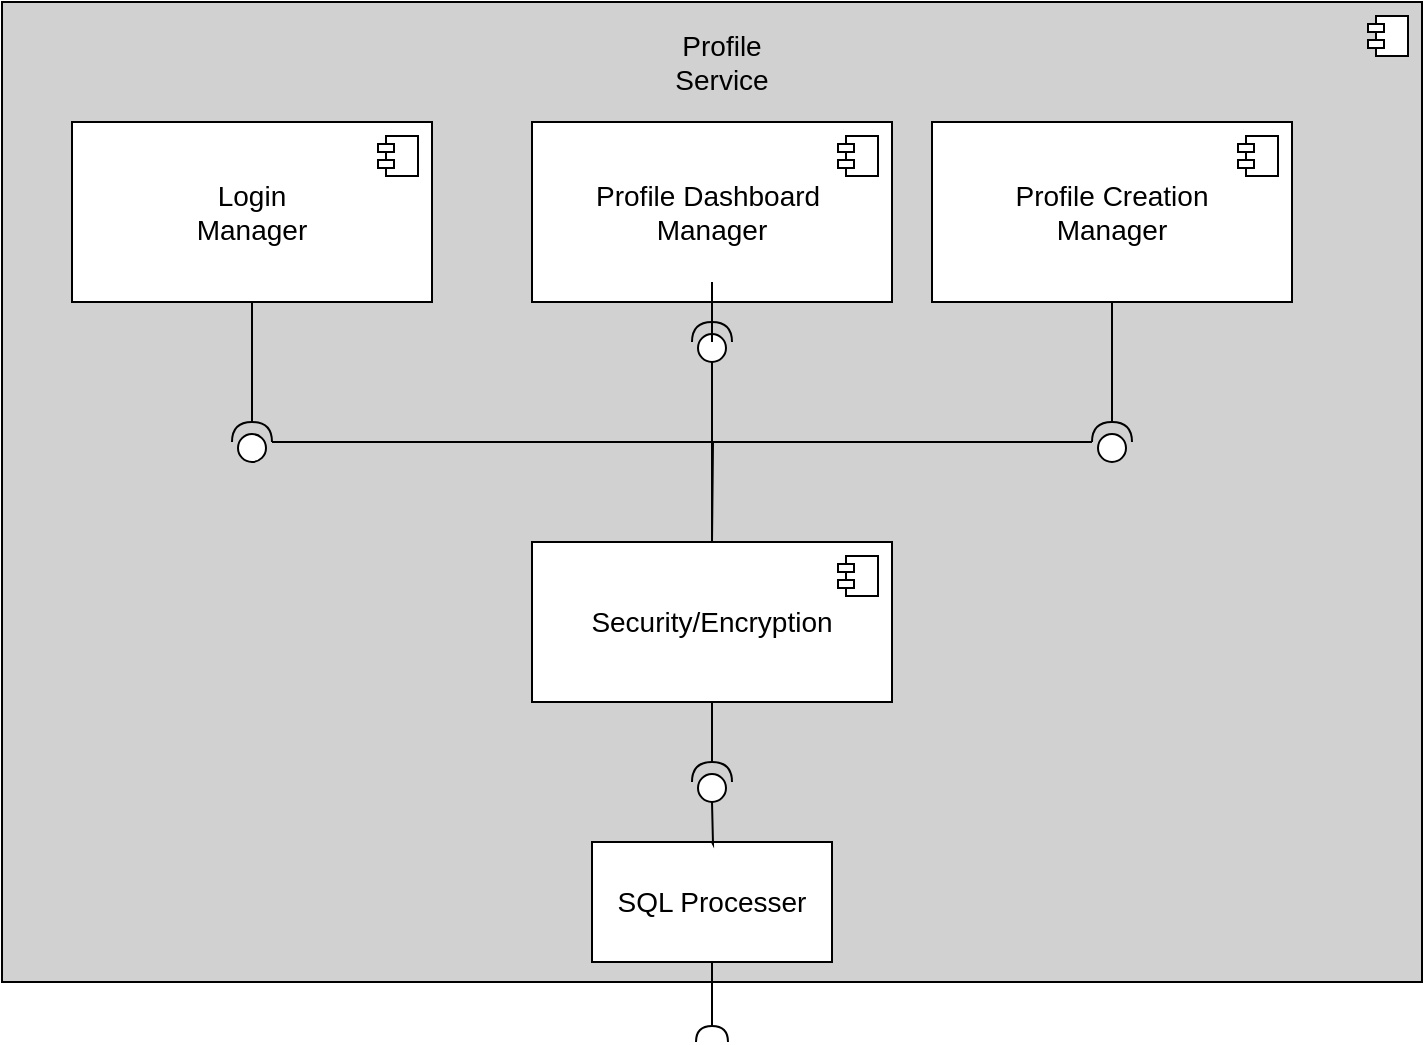
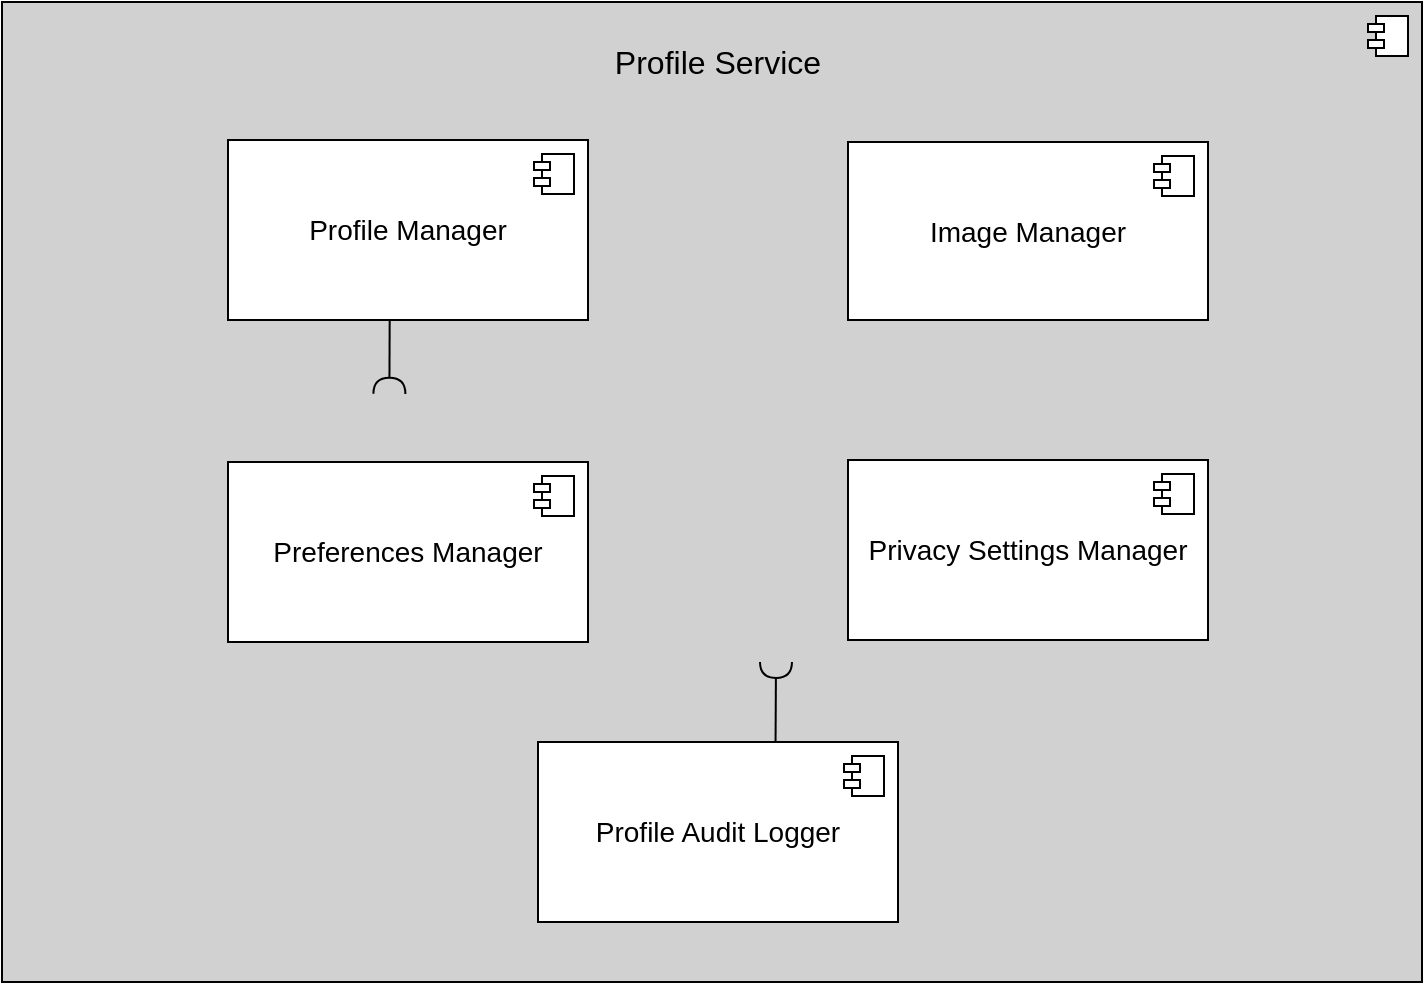
- <?xml version="1.0" encoding="UTF-8"?>
<mxfile host="app.diagrams.net">
  <diagram name="Page-1" id="Py3juHFD58z0cr8qg1av">
-     <mxGraphModel dx="1212" dy="620" grid="1" gridSize="10" guides="1" tooltips="1" connect="1" arrows="1" fold="1" page="1" pageScale="1" pageWidth="850" pageHeight="1100" background="#ffffff" math="0" shadow="0">
+     <mxGraphModel dx="1030" dy="623" grid="1" gridSize="10" guides="1" tooltips="1" connect="1" arrows="1" fold="1" page="1" pageScale="1" pageWidth="850" pageHeight="1100" background="#ffffff" math="0" shadow="0">
      <root>
        <mxCell id="0" />
        <mxCell id="1" parent="0" />
        <mxCell id="z4I_hjOBN-ivAa0aqsfb-10" parent="1" style="html=1;dropTarget=0;whiteSpace=wrap;fillColor=#D1D1D1;" value="" vertex="1">
          <mxGeometry height="490" width="710" x="75" y="20" as="geometry" />
        </mxCell>
        <mxCell id="z4I_hjOBN-ivAa0aqsfb-11" parent="z4I_hjOBN-ivAa0aqsfb-10" style="shape=module;jettyWidth=8;jettyHeight=4;" value="" vertex="1">
          <mxGeometry height="20" relative="1" width="20" x="1" as="geometry">
            <mxPoint x="-27" y="7" as="offset" />
          </mxGeometry>
        </mxCell>
-         <mxCell id="tTuNCI0Hu_eXMR3PhzNZ-1" parent="1" style="rounded=0;whiteSpace=wrap;html=1;" value="&lt;font style=&quot;font-size: 14px;&quot; face=&quot;Arial&quot;&gt;SQL Processer&lt;/font&gt;" vertex="1">
-           <mxGeometry height="60" width="120" x="370" y="440" as="geometry" />
-         </mxCell>
-         <mxCell id="tTuNCI0Hu_eXMR3PhzNZ-3" edge="1" parent="1" source="tTuNCI0Hu_eXMR3PhzNZ-1" style="rounded=0;orthogonalLoop=1;jettySize=auto;html=1;endArrow=halfCircle;endFill=0;endSize=6;strokeWidth=1;sketch=0;fontSize=12;curved=1;exitX=0.5;exitY=1;exitDx=0;exitDy=0;" value="">
-           <mxGeometry relative="1" as="geometry">
-             <mxPoint x="365" y="335" as="sourcePoint" />
-             <mxPoint x="430" y="540" as="targetPoint" />
-           </mxGeometry>
-         </mxCell>
        <mxCell id="tTuNCI0Hu_eXMR3PhzNZ-4" parent="1" style="ellipse;whiteSpace=wrap;html=1;align=center;aspect=fixed;fillColor=none;strokeColor=none;resizable=0;perimeter=centerPerimeter;rotatable=0;allowArrows=0;points=[];outlineConnect=1;" value="" vertex="1">
          <mxGeometry height="10" width="10" x="440" y="200" as="geometry" />
        </mxCell>
-         <mxCell id="AhYmS4d0D3Z7Zr6uvmVJ-4" parent="1" style="text;html=1;whiteSpace=wrap;strokeColor=none;fillColor=none;align=center;verticalAlign=middle;rounded=0;" value="&lt;font face=&quot;Arial&quot; style=&quot;font-size: 14px;&quot;&gt;Profile Service&lt;/font&gt;" vertex="1">
-           <mxGeometry height="40" width="90" x="390" y="30" as="geometry" />
+         <mxCell id="AhYmS4d0D3Z7Zr6uvmVJ-4" parent="1" style="text;html=1;whiteSpace=wrap;strokeColor=none;fillColor=none;align=center;verticalAlign=middle;rounded=0;fontSize=16;" value="&lt;font face=&quot;Arial&quot;&gt;Profile Service&lt;/font&gt;" vertex="1">
+           <mxGeometry height="40" width="130" x="368" y="30" as="geometry" />
        </mxCell>
-         <mxCell id="z4I_hjOBN-ivAa0aqsfb-2" parent="1" style="html=1;dropTarget=0;whiteSpace=wrap;" value="&lt;font face=&quot;Arial&quot; style=&quot;font-size: 14px;&quot;&gt;Login&lt;/font&gt;&lt;div&gt;&lt;font face=&quot;Arial&quot; style=&quot;font-size: 14px;&quot;&gt;Manager&lt;/font&gt;&lt;/div&gt;" vertex="1">
-           <mxGeometry height="90" width="180" x="110" y="80" as="geometry" />
+         <mxCell id="z4I_hjOBN-ivAa0aqsfb-2" parent="1" style="html=1;dropTarget=0;whiteSpace=wrap;" value="&lt;font face=&quot;Arial&quot;&gt;&lt;span style=&quot;font-size: 14px;&quot;&gt;Profile Manager&lt;/span&gt;&lt;/font&gt;" vertex="1">
+           <mxGeometry height="90" width="180" x="188" y="89" as="geometry" />
        </mxCell>
        <mxCell id="z4I_hjOBN-ivAa0aqsfb-3" parent="z4I_hjOBN-ivAa0aqsfb-2" style="shape=module;jettyWidth=8;jettyHeight=4;" value="" vertex="1">
          <mxGeometry height="20" relative="1" width="20" x="1" as="geometry">
            <mxPoint x="-27" y="7" as="offset" />
          </mxGeometry>
        </mxCell>
-         <mxCell id="z4I_hjOBN-ivAa0aqsfb-4" parent="1" style="html=1;dropTarget=0;whiteSpace=wrap;" value="&lt;div&gt;&lt;span style=&quot;font-family: Arial; background-color: transparent; color: light-dark(rgb(0, 0, 0), rgb(255, 255, 255));&quot;&gt;&lt;font style=&quot;font-size: 14px;&quot;&gt;Profile Dashboard&amp;nbsp;&lt;/font&gt;&lt;/span&gt;&lt;/div&gt;&lt;div&gt;&lt;span style=&quot;font-family: Arial; background-color: transparent; color: light-dark(rgb(0, 0, 0), rgb(255, 255, 255));&quot;&gt;&lt;font style=&quot;font-size: 14px;&quot;&gt;Manager&lt;/font&gt;&lt;/span&gt;&lt;/div&gt;" vertex="1">
-           <mxGeometry height="90" width="180" x="340" y="80" as="geometry" />
+         <mxCell id="z4I_hjOBN-ivAa0aqsfb-4" parent="1" style="html=1;dropTarget=0;whiteSpace=wrap;" value="&lt;div&gt;&lt;font face=&quot;Arial&quot;&gt;&lt;span style=&quot;font-size: 14px;&quot;&gt;Preferences Manager&lt;/span&gt;&lt;/font&gt;&lt;/div&gt;" vertex="1">
+           <mxGeometry height="90" width="180" x="188" y="250" as="geometry" />
        </mxCell>
        <mxCell id="z4I_hjOBN-ivAa0aqsfb-5" parent="z4I_hjOBN-ivAa0aqsfb-4" style="shape=module;jettyWidth=8;jettyHeight=4;" value="" vertex="1">
          <mxGeometry height="20" relative="1" width="20" x="1" as="geometry">
            <mxPoint x="-27" y="7" as="offset" />
          </mxGeometry>
        </mxCell>
-         <mxCell id="z4I_hjOBN-ivAa0aqsfb-6" parent="1" style="html=1;dropTarget=0;whiteSpace=wrap;" value="&lt;font style=&quot;font-size: 14px;&quot;&gt;Profile Creation&lt;/font&gt;&lt;div&gt;&lt;font style=&quot;font-size: 14px;&quot;&gt;Manager&lt;/font&gt;&lt;/div&gt;" vertex="1">
-           <mxGeometry height="90" width="180" x="540" y="80" as="geometry" />
+         <mxCell id="z4I_hjOBN-ivAa0aqsfb-6" parent="1" style="html=1;dropTarget=0;whiteSpace=wrap;" value="&lt;span style=&quot;font-size: 14px;&quot;&gt;Privacy Settings Manager&lt;/span&gt;" vertex="1">
+           <mxGeometry height="90" width="180" x="498" y="249" as="geometry" />
        </mxCell>
        <mxCell id="z4I_hjOBN-ivAa0aqsfb-7" parent="z4I_hjOBN-ivAa0aqsfb-6" style="shape=module;jettyWidth=8;jettyHeight=4;" value="" vertex="1">
          <mxGeometry height="20" relative="1" width="20" x="1" as="geometry">
            <mxPoint x="-27" y="7" as="offset" />
          </mxGeometry>
        </mxCell>
-         <mxCell id="z4I_hjOBN-ivAa0aqsfb-8" parent="1" style="html=1;dropTarget=0;whiteSpace=wrap;" value="&lt;font style=&quot;font-size: 14px;&quot; face=&quot;Arial&quot; data-font-src=&quot;https://fonts.googleapis.com/css?family=Arial&quot;&gt;Security/Encryption&lt;/font&gt;" vertex="1">
-           <mxGeometry height="80" width="180" x="340" y="290" as="geometry" />
+         <mxCell id="z4I_hjOBN-ivAa0aqsfb-8" parent="1" style="html=1;dropTarget=0;whiteSpace=wrap;" value="&lt;font style=&quot;font-size: 14px;&quot; face=&quot;Arial&quot; data-font-src=&quot;https://fonts.googleapis.com/css?family=Arial&quot;&gt;Image Manager&lt;/font&gt;" vertex="1">
+           <mxGeometry height="89" width="180" x="498" y="90" as="geometry" />
        </mxCell>
        <mxCell id="z4I_hjOBN-ivAa0aqsfb-9" parent="z4I_hjOBN-ivAa0aqsfb-8" style="shape=module;jettyWidth=8;jettyHeight=4;" value="" vertex="1">
          <mxGeometry height="20" relative="1" width="20" x="1" as="geometry">
            <mxPoint x="-27" y="7" as="offset" />
          </mxGeometry>
        </mxCell>
-         <mxCell id="z4I_hjOBN-ivAa0aqsfb-22" edge="1" parent="1" style="edgeStyle=orthogonalEdgeStyle;rounded=0;orthogonalLoop=1;jettySize=auto;html=1;endArrow=none;endFill=0;" target="tTuNCI0Hu_eXMR3PhzNZ-1" value="">
-           <mxGeometry relative="1" as="geometry">
-             <mxPoint x="430" y="420" as="sourcePoint" />
+         <mxCell id="FxNRL7uggNpci9tqDA-o-2" parent="1" style="html=1;dropTarget=0;whiteSpace=wrap;" value="&lt;font face=&quot;Arial&quot;&gt;&lt;span style=&quot;font-size: 14px;&quot;&gt;Profile Audit Logger&lt;/span&gt;&lt;/font&gt;" vertex="1">
+           <mxGeometry height="90" width="180" x="343" y="390" as="geometry" />
+         </mxCell>
+         <mxCell id="FxNRL7uggNpci9tqDA-o-3" parent="FxNRL7uggNpci9tqDA-o-2" style="shape=module;jettyWidth=8;jettyHeight=4;" value="" vertex="1">
+           <mxGeometry height="20" relative="1" width="20" x="1" as="geometry">
+             <mxPoint x="-27" y="7" as="offset" />
          </mxGeometry>
        </mxCell>
-         <mxCell id="z4I_hjOBN-ivAa0aqsfb-23" edge="1" parent="1" style="edgeStyle=orthogonalEdgeStyle;rounded=0;orthogonalLoop=1;jettySize=auto;html=1;entryX=0.5;entryY=1;entryDx=0;entryDy=0;endArrow=none;endFill=0;" target="z4I_hjOBN-ivAa0aqsfb-8">
+         <mxCell id="FxNRL7uggNpci9tqDA-o-7" parent="1" style="ellipse;whiteSpace=wrap;html=1;align=center;aspect=fixed;fillColor=none;strokeColor=none;resizable=0;perimeter=centerPerimeter;rotatable=0;allowArrows=0;points=[];outlineConnect=1;" value="" vertex="1">
+           <mxGeometry height="10" width="10" x="406" y="339" as="geometry" />
+         </mxCell>
+         <mxCell id="FxNRL7uggNpci9tqDA-o-18" parent="1" style="ellipse;whiteSpace=wrap;html=1;align=center;aspect=fixed;fillColor=none;strokeColor=none;resizable=0;perimeter=centerPerimeter;rotatable=0;allowArrows=0;points=[];outlineConnect=1;" value="" vertex="1">
+           <mxGeometry height="10" width="10" x="410" y="366" as="geometry" />
+         </mxCell>
+         <mxCell id="FxNRL7uggNpci9tqDA-o-20" parent="1" style="ellipse;whiteSpace=wrap;html=1;align=center;aspect=fixed;fillColor=none;strokeColor=none;resizable=0;perimeter=centerPerimeter;rotatable=0;allowArrows=0;points=[];outlineConnect=1;" value="" vertex="1">
+           <mxGeometry height="10" width="10" x="390" y="330" as="geometry" />
+         </mxCell>
+         <mxCell id="FxNRL7uggNpci9tqDA-o-25" parent="1" style="ellipse;whiteSpace=wrap;html=1;align=center;aspect=fixed;fillColor=none;strokeColor=none;resizable=0;perimeter=centerPerimeter;rotatable=0;allowArrows=0;points=[];outlineConnect=1;" value="" vertex="1">
+           <mxGeometry height="10" width="10" x="390" y="230" as="geometry" />
+         </mxCell>
+         <mxCell id="FxNRL7uggNpci9tqDA-o-27" edge="1" parent="1" style="rounded=0;orthogonalLoop=1;jettySize=auto;html=1;endArrow=halfCircle;endFill=0;endSize=6;strokeWidth=1;sketch=0;fontSize=12;curved=1;exitX=0.438;exitY=1.042;exitDx=0;exitDy=0;exitPerimeter=0;entryX=0.27;entryY=0.408;entryDx=0;entryDy=0;entryPerimeter=0;" value="">
          <mxGeometry relative="1" as="geometry">
-             <mxPoint x="430" y="400" as="sourcePoint" />
+             <mxPoint x="268.8399999999999" y="178.77999999999997" as="sourcePoint" />
+             <mxPoint x="268.70000000000005" y="215.91999999999996" as="targetPoint" />
          </mxGeometry>
        </mxCell>
-         <mxCell id="z4I_hjOBN-ivAa0aqsfb-25" edge="1" parent="1" source="z4I_hjOBN-ivAa0aqsfb-24" style="edgeStyle=orthogonalEdgeStyle;rounded=0;orthogonalLoop=1;jettySize=auto;html=1;entryX=0.5;entryY=1;entryDx=0;entryDy=0;endArrow=none;endFill=0;" target="z4I_hjOBN-ivAa0aqsfb-2">
-           <mxGeometry relative="1" as="geometry" />
+         <mxCell id="FxNRL7uggNpci9tqDA-o-28" parent="1" style="ellipse;whiteSpace=wrap;html=1;align=center;aspect=fixed;fillColor=none;strokeColor=none;resizable=0;perimeter=centerPerimeter;rotatable=0;allowArrows=0;points=[];outlineConnect=1;" value="" vertex="1">
+           <mxGeometry height="10" width="10" x="430" y="270" as="geometry" />
        </mxCell>
-         <mxCell id="z4I_hjOBN-ivAa0aqsfb-39" edge="1" parent="1" source="z4I_hjOBN-ivAa0aqsfb-24" style="edgeStyle=orthogonalEdgeStyle;rounded=0;orthogonalLoop=1;jettySize=auto;html=1;entryX=0.5;entryY=0;entryDx=0;entryDy=0;endArrow=none;endFill=0;" target="z4I_hjOBN-ivAa0aqsfb-8">
-           <mxGeometry relative="1" as="geometry" />
-         </mxCell>
-         <mxCell id="z4I_hjOBN-ivAa0aqsfb-24" parent="1" style="shape=providedRequiredInterface;html=1;verticalLabelPosition=bottom;sketch=0;direction=north;" value="" vertex="1">
-           <mxGeometry height="20" width="20" x="190" y="230" as="geometry" />
-         </mxCell>
-         <mxCell id="z4I_hjOBN-ivAa0aqsfb-37" edge="1" parent="1" source="z4I_hjOBN-ivAa0aqsfb-28" style="edgeStyle=orthogonalEdgeStyle;rounded=0;orthogonalLoop=1;jettySize=auto;html=1;endArrow=none;endFill=0;" target="z4I_hjOBN-ivAa0aqsfb-8">
-           <mxGeometry relative="1" as="geometry" />
-         </mxCell>
-         <mxCell id="z4I_hjOBN-ivAa0aqsfb-28" parent="1" style="shape=providedRequiredInterface;html=1;verticalLabelPosition=bottom;sketch=0;direction=north;" value="" vertex="1">
-           <mxGeometry height="20" width="20" x="420" y="180" as="geometry" />
-         </mxCell>
-         <mxCell id="z4I_hjOBN-ivAa0aqsfb-29" edge="1" parent="1" source="z4I_hjOBN-ivAa0aqsfb-4" style="edgeStyle=orthogonalEdgeStyle;rounded=0;orthogonalLoop=1;jettySize=auto;html=1;entryX=1;entryY=0.5;entryDx=0;entryDy=0;entryPerimeter=0;endArrow=none;endFill=0;" target="z4I_hjOBN-ivAa0aqsfb-28">
-           <mxGeometry relative="1" as="geometry" />
-         </mxCell>
-         <mxCell id="z4I_hjOBN-ivAa0aqsfb-38" edge="1" parent="1" source="z4I_hjOBN-ivAa0aqsfb-33" style="edgeStyle=orthogonalEdgeStyle;rounded=0;orthogonalLoop=1;jettySize=auto;html=1;endArrow=none;endFill=0;">
+         <mxCell id="FxNRL7uggNpci9tqDA-o-29" edge="1" parent="1" style="rounded=0;orthogonalLoop=1;jettySize=auto;html=1;endArrow=halfCircle;endFill=0;endSize=6;strokeWidth=1;sketch=0;fontSize=12;curved=1;exitX=0.621;exitY=0;exitDx=0;exitDy=0;exitPerimeter=0;" value="">
          <mxGeometry relative="1" as="geometry">
-             <mxPoint x="430" y="290" as="targetPoint" />
+             <mxPoint x="461.78" y="390" as="sourcePoint" />
+             <mxPoint x="462" y="350" as="targetPoint" />
          </mxGeometry>
        </mxCell>
-         <mxCell id="z4I_hjOBN-ivAa0aqsfb-33" parent="1" style="shape=providedRequiredInterface;html=1;verticalLabelPosition=bottom;sketch=0;direction=north;" value="" vertex="1">
-           <mxGeometry height="20" width="20" x="620" y="230" as="geometry" />
-         </mxCell>
-         <mxCell id="z4I_hjOBN-ivAa0aqsfb-34" edge="1" parent="1" source="z4I_hjOBN-ivAa0aqsfb-6" style="edgeStyle=orthogonalEdgeStyle;rounded=0;orthogonalLoop=1;jettySize=auto;html=1;entryX=1;entryY=0.5;entryDx=0;entryDy=0;entryPerimeter=0;endArrow=none;endFill=0;" target="z4I_hjOBN-ivAa0aqsfb-33">
-           <mxGeometry relative="1" as="geometry">
-             <Array as="points">
-               <mxPoint x="630" y="210" />
-               <mxPoint x="630" y="210" />
-             </Array>
-           </mxGeometry>
-         </mxCell>
-         <mxCell id="z4I_hjOBN-ivAa0aqsfb-41" parent="1" style="shape=providedRequiredInterface;html=1;verticalLabelPosition=bottom;sketch=0;direction=north;" value="" vertex="1">
-           <mxGeometry height="20" width="20" x="420" y="400" as="geometry" />
+         <mxCell id="FxNRL7uggNpci9tqDA-o-30" parent="1" style="ellipse;whiteSpace=wrap;html=1;align=center;aspect=fixed;fillColor=none;strokeColor=none;resizable=0;perimeter=centerPerimeter;rotatable=0;allowArrows=0;points=[];outlineConnect=1;" value="" vertex="1">
+           <mxGeometry height="10" width="10" x="440" y="270" as="geometry" />
        </mxCell>
      </root>
    </mxGraphModel>
  </diagram>
</mxfile>
